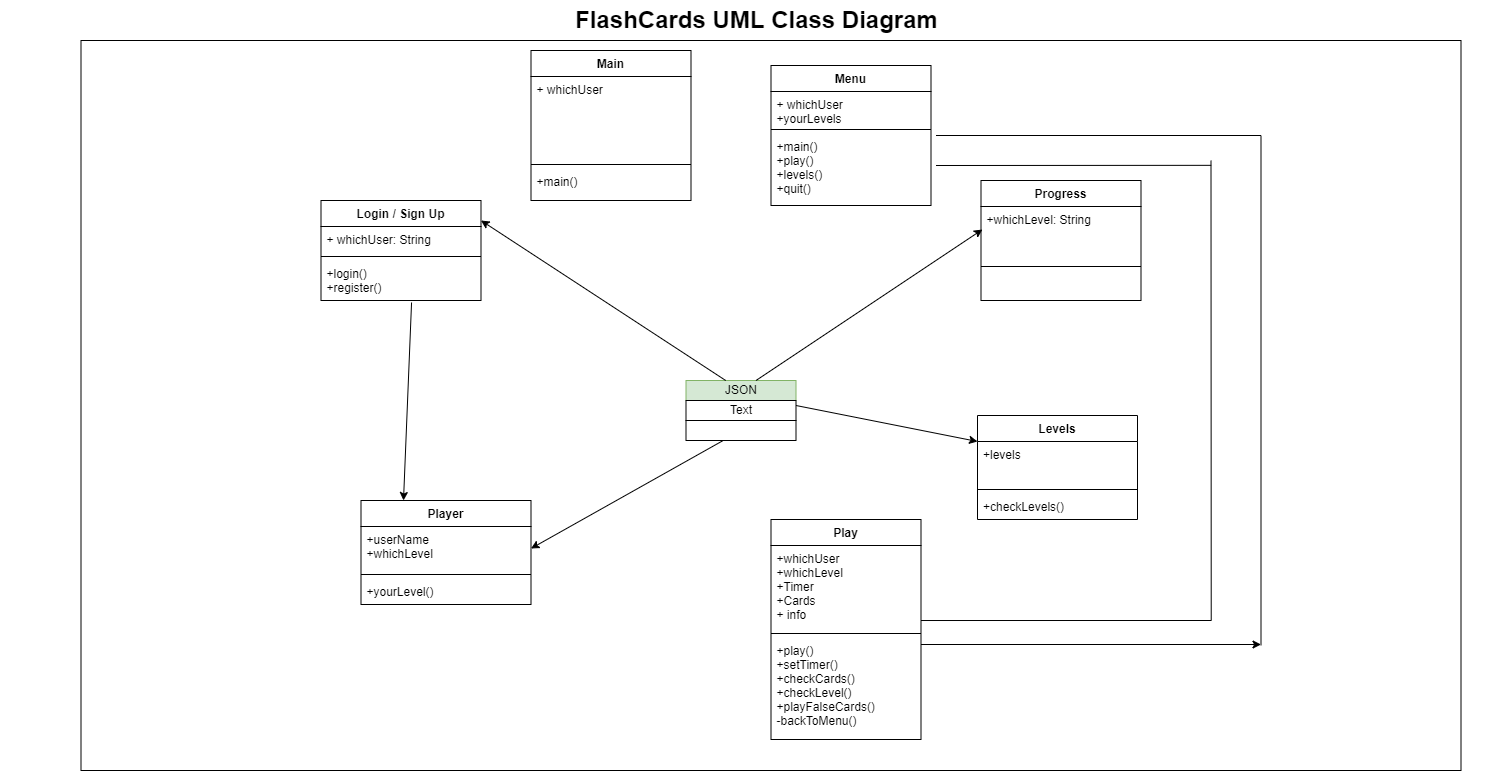
This is Untitled Diagram.drawio.png from emretmz/FlashCards, a draw.io export, as it was before one commit. Source tidied: cells renumbered, new cells last; positions are measured from the earlier drawing's top-left corner, leaving out a move shared by most shapes.
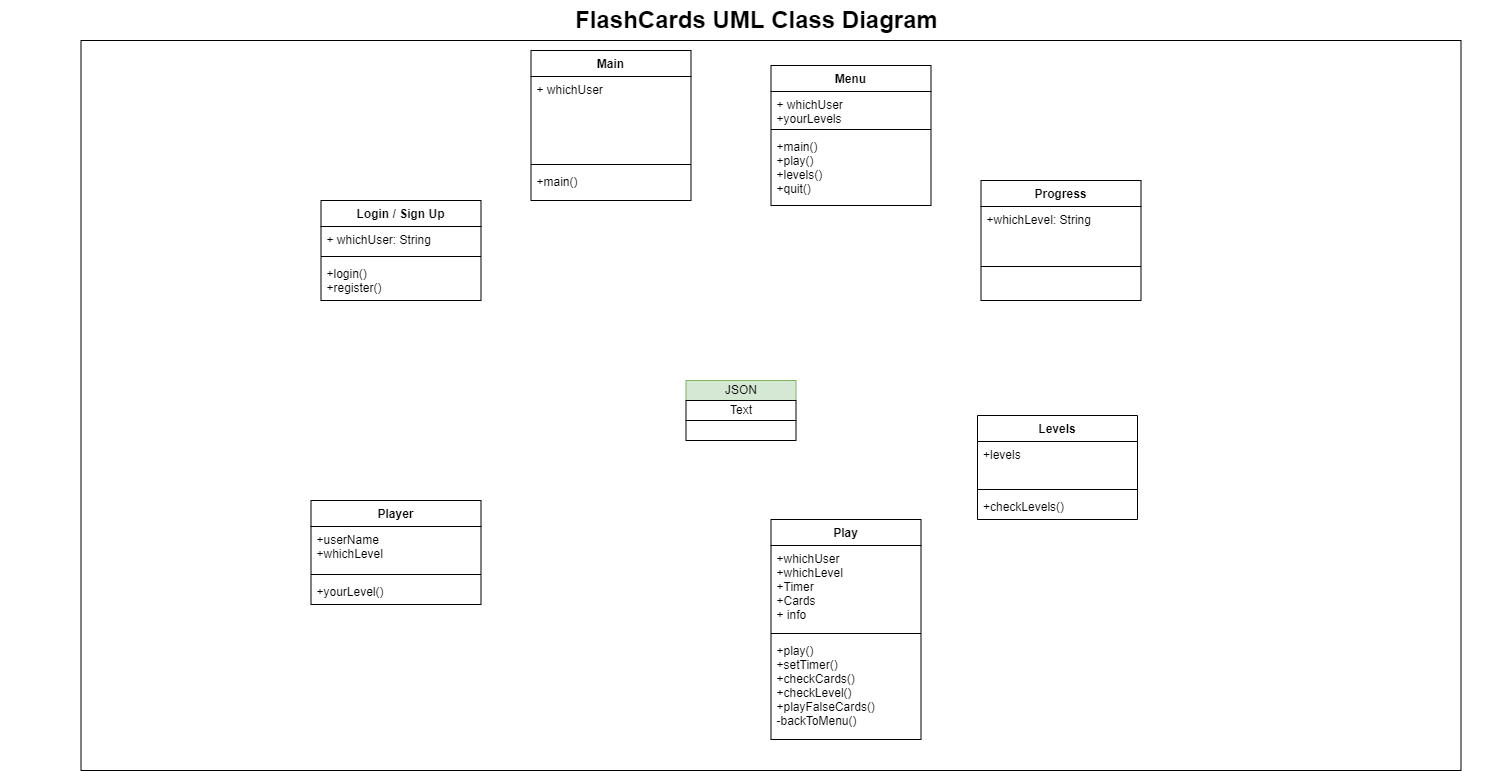
Above is the later version.

Diff of the diagram source:
```diff
@@ -20,42 +20,6 @@
     <mxCell id="7" value="JSON" style="text;html=1;align=center;verticalAlign=middle;whiteSpace=wrap;rounded=0;" parent="1" vertex="1">
       <mxGeometry x="710" y="375" width="60" height="30" as="geometry" />
     </mxCell>
-    <mxCell id="8" style="endArrow=classic;html=1;rounded=0;entryX=1;entryY=1;entryDx=0;entryDy=0;" parent="1" edge="1" source="4">
-      <mxGeometry relative="1" as="geometry">
-        <mxPoint x="480" y="220" as="targetPoint" />
-      </mxGeometry>
-    </mxCell>
-    <mxCell id="9" style="endArrow=classic;html=1;rounded=0;entryX=1;entryY=0.5;entryDx=0;entryDy=0;" parent="1" edge="1" source="6" target="41">
-      <mxGeometry relative="1" as="geometry" />
-    </mxCell>
-    <mxCell id="10" style="endArrow=classic;html=1;rounded=0;entryX=0.009;entryY=0.885;entryDx=0;entryDy=0;entryPerimeter=0;" parent="1" edge="1" source="4" target="30">
-      <mxGeometry relative="1" as="geometry" />
-    </mxCell>
-    <mxCell id="11" style="endArrow=classic;html=1;rounded=0;exitX=1;exitY=0.25;exitDx=0;exitDy=0;entryX=0;entryY=0.25;entryDx=0;entryDy=0;" parent="1" edge="1" source="5" target="32">
-      <mxGeometry relative="1" as="geometry" />
-    </mxCell>
-    <mxCell id="12" style="endArrow=none;html=1;rounded=0;exitX=1;exitY=0.5;exitDx=0;exitDy=0;" parent="1" edge="1">
-      <mxGeometry relative="1" as="geometry">
-        <mxPoint x="935" y="135" as="sourcePoint" />
-        <mxPoint x="1260" y="135" as="targetPoint" />
-      </mxGeometry>
-    </mxCell>
-    <mxCell id="13" style="endArrow=none;html=1;rounded=0;" parent="1" edge="1">
-      <mxGeometry relative="1" as="geometry">
-        <mxPoint x="1260" y="135" as="sourcePoint" />
-        <mxPoint x="1260" y="645" as="targetPoint" />
-      </mxGeometry>
-    </mxCell>
-    <mxCell id="14" style="endArrow=none;html=1;rounded=0;exitX=1;exitY=0.5;exitDx=0;exitDy=0;entryX=0.819;entryY=0.171;entryDx=0;entryDy=0;entryPerimeter=0;" parent="1" edge="1" target="3">
-      <mxGeometry relative="1" as="geometry">
-        <mxPoint x="935" y="165" as="sourcePoint" />
-      </mxGeometry>
-    </mxCell>
-    <mxCell id="15" style="endArrow=none;html=1;rounded=0;exitX=0.819;exitY=0.795;exitDx=0;exitDy=0;exitPerimeter=0;" parent="1" edge="1" source="3">
-      <mxGeometry relative="1" as="geometry">
-        <mxPoint x="1210" y="160" as="targetPoint" />
-      </mxGeometry>
-    </mxCell>
     <mxCell id="16" value="Text" style="text;html=1;strokeColor=none;fillColor=none;align=center;verticalAlign=middle;whiteSpace=wrap;rounded=0;" parent="1" vertex="1">
       <mxGeometry x="710" y="395" width="60" height="30" as="geometry" />
     </mxCell>
@@ -129,7 +93,7 @@
       <mxGeometry y="118" width="150" height="102" as="geometry" />
     </mxCell>
     <mxCell id="40" value="Player" style="swimlane;fontStyle=1;align=center;verticalAlign=top;horizontal=1;startSize=26;" parent="1" vertex="1">
-      <mxGeometry x="360" y="500" width="170" height="104" as="geometry" />
+      <mxGeometry x="310" y="500" width="170" height="104" as="geometry" />
     </mxCell>
     <mxCell id="41" value="+userName&#10;+whichLevel" style="text;strokeColor=none;fillColor=none;align=left;verticalAlign=top;spacingLeft=4;spacingRight=4;overflow=hidden;points=[[0,0.5],[1,0.5]];portConstraint=eastwest;" parent="40" vertex="1">
       <mxGeometry y="26" width="170" height="44" as="geometry" />
@@ -140,21 +104,5 @@
     <mxCell id="43" value="+yourLevel()" style="text;strokeColor=none;fillColor=none;align=left;verticalAlign=top;spacingLeft=4;spacingRight=4;overflow=hidden;" parent="40" vertex="1">
       <mxGeometry y="78" width="170" height="26" as="geometry" />
     </mxCell>
-    <mxCell id="44" style="endArrow=classic;html=1;rounded=0;exitX=0.566;exitY=1.05;exitDx=0;exitDy=0;exitPerimeter=0;entryX=0.25;entryY=0;entryDx=0;entryDy=0;" parent="1" edge="1" source="20" target="40">
-      <mxGeometry relative="1" as="geometry" />
-    </mxCell>
-    <mxCell id="45" style="endArrow=none;html=1;rounded=0;exitX=1;exitY=0.893;exitDx=0;exitDy=0;exitPerimeter=0;" parent="1" edge="1" source="37">
-      <mxGeometry relative="1" as="geometry">
-        <mxPoint x="1210" y="620" as="targetPoint" />
-      </mxGeometry>
-    </mxCell>
-    <mxCell id="46" style="edgeStyle=orthogonalEdgeStyle;rounded=0;jettySize=auto;html=1;" parent="1" edge="1" source="47">
-      <mxGeometry relative="1" as="geometry">
-        <mxPoint x="1260" y="644" as="targetPoint" />
-      </mxGeometry>
-    </mxCell>
-    <mxCell id="47" style="line;strokeWidth=1;fillColor=none;align=left;verticalAlign=middle;spacingTop=-1;spacingLeft=3;spacingRight=3;labelPosition=right;points=[];portConstraint=eastwest;" parent="1" vertex="1">
-      <mxGeometry x="920" y="640" width="40" height="8" as="geometry" />
-    </mxCell>
   </root>
 </mxGraphModel>
```
